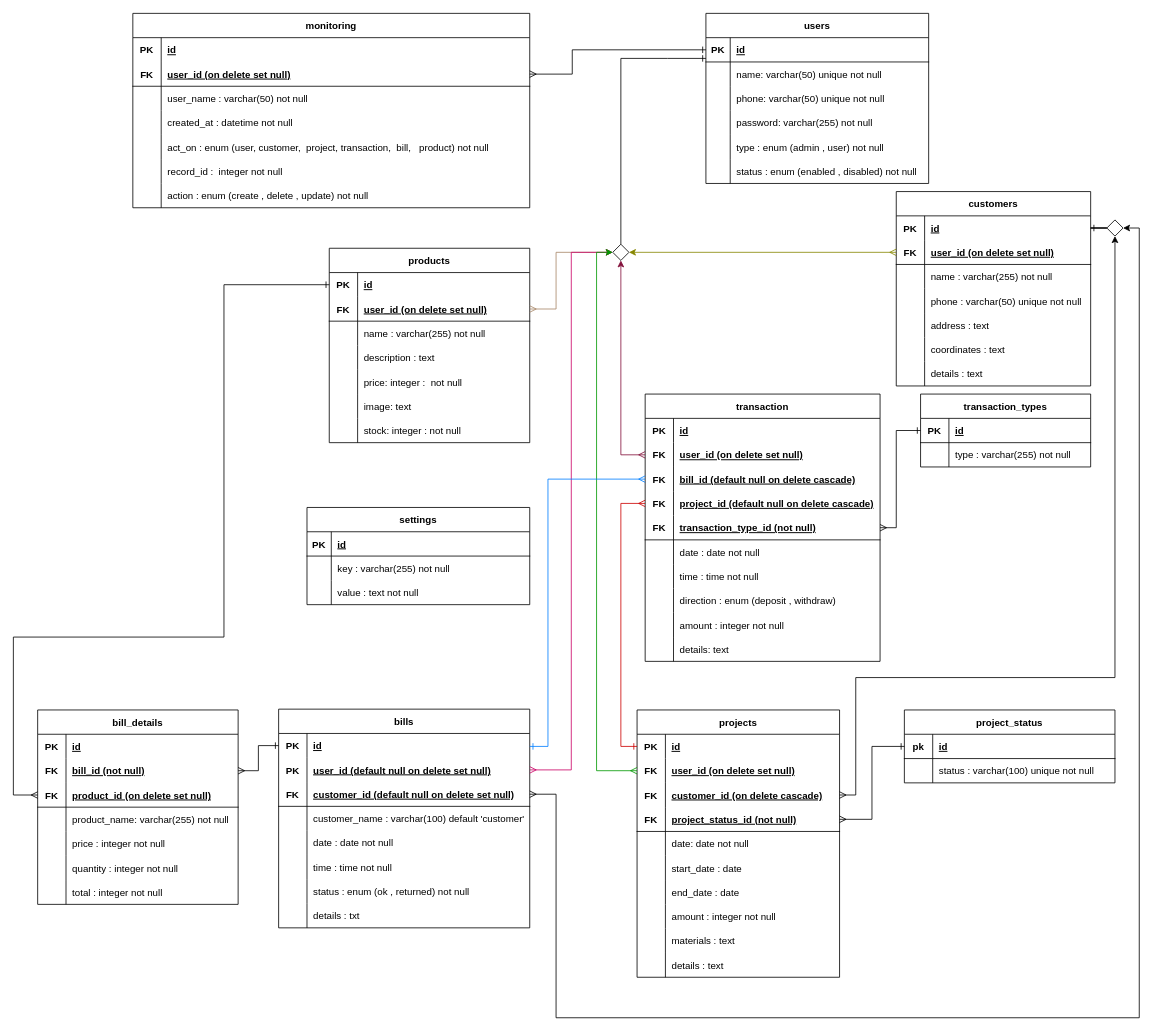
Above: page "Schema" (2 of 2) of Diagrams/drawio/ModernHouse.drawio in khaledfathi/ModernHouse (draw.io), before the change. Source tidied: cells renumbered, new cells numbered last; positions are measured from the earlier drawing's top-left corner, leaving out a move shared by most shapes. Both pictures are drawn from the tidied source at 81%, with x=0, y=0 at pixel (13, 13).
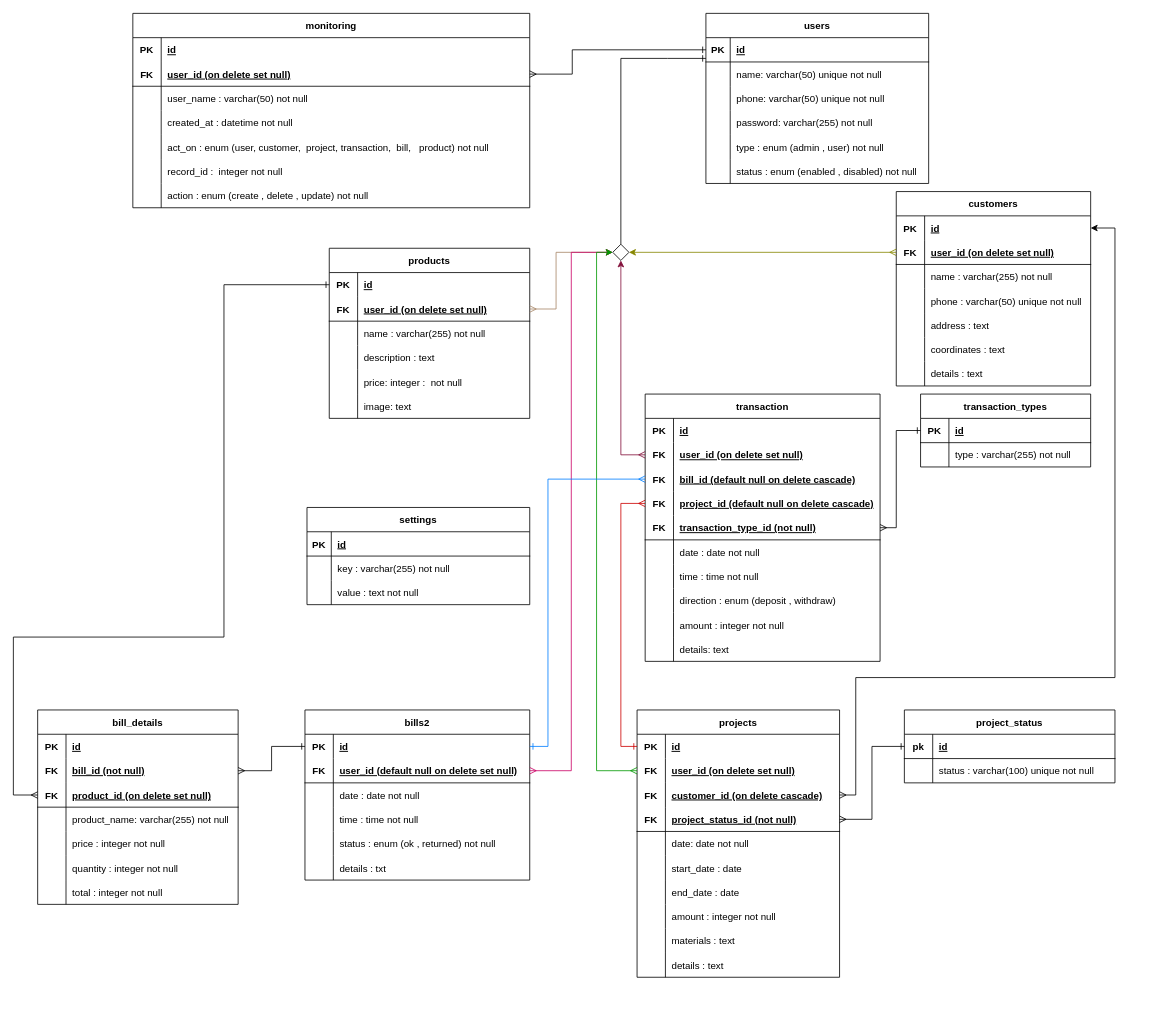
The same diagram, later.

The change refers to these unchanged cells:
```xml
<mxCell id="126" style="shape=tableRow;horizontal=0;startSize=0;swimlaneHead=0;swimlaneBody=0;fillColor=none;points=[[0,0.5],[1,0.5]];portConstraint=eastwest;top=0;left=0;right=0;bottom=0;" parent="119" vertex="1">
  <mxGeometry y="90" width="250" height="30" as="geometry" />
</mxCell>
<mxCell id="158" style="shape=tableRow;horizontal=0;startSize=0;swimlaneHead=0;swimlaneBody=0;fillColor=none;points=[[0,0.5],[1,0.5]];portConstraint=eastwest;top=0;left=0;right=0;bottom=0;" parent="157" vertex="1">
  <mxGeometry y="30" width="240" height="30" as="geometry" />
</mxCell>
<mxCell id="221" style="rhombus;whiteSpace=wrap;html=1;" parent="1" vertex="1">
  <mxGeometry x="740" y="285" width="20" height="20" as="geometry" />
</mxCell>
```

The edit, as a diff of the source:
```diff
@@
-    <mxCell id="40" value="bills" style="shape=table;startSize=30;childLayout=tableLayout;rowLines=0;fontStyle=1;align=center;" parent="1" vertex="1">
-      <mxGeometry x="327.5" y="859" width="310" height="270" as="geometry" />
+    <mxCell id="40" value="bills2" style="shape=table;startSize=30;childLayout=tableLayout;rowLines=0;fontStyle=1;align=center;" parent="1" vertex="1">
+      <mxGeometry x="360" y="860" width="277.5" height="210" as="geometry" />
     </mxCell>
     <mxCell id="41" style="shape=tableRow;horizontal=0;startSize=0;swimlaneHead=0;swimlaneBody=0;fillColor=none;points=[[0,0.5],[1,0.5]];portConstraint=eastwest;top=0;left=0;right=0;bottom=0;" parent="40" vertex="1">
-      <mxGeometry y="30" width="310" height="30" as="geometry" />
+      <mxGeometry y="30" width="277.5" height="30" as="geometry" />
     </mxCell>
@@
     <mxCell id="43" value="id" style="shape=partialRectangle;fillColor=none;top=0;left=0;bottom=0;right=0;align=left;spacingLeft=6;fontStyle=5;overflow=hidden;" parent="41" vertex="1">
-      <mxGeometry x="35" width="275" height="30" as="geometry" />
+      <mxGeometry x="35" width="242.5" height="30" as="geometry" />
     </mxCell>
-    <mxCell id="44" style="shape=tableRow;horizontal=0;startSize=0;swimlaneHead=0;swimlaneBody=0;fillColor=none;points=[[0,0.5],[1,0.5]];portConstraint=eastwest;top=0;left=0;right=0;bottom=0;" parent="40" vertex="1">
-      <mxGeometry y="60" width="310" height="30" as="geometry" />
-    </mxCell>
-    <mxCell id="45" value="PK" style="shape=partialRectangle;fillColor=none;top=0;left=0;bottom=0;right=0;fontStyle=1;overflow=hidden;" parent="44" vertex="1">
-      <mxGeometry width="35" height="30" as="geometry" />
-    </mxCell>
-    <mxCell id="46" value="user_id (default null on delete set null)" style="shape=partialRectangle;fillColor=none;top=0;left=0;bottom=0;right=0;align=left;spacingLeft=6;fontStyle=5;overflow=hidden;" parent="44" vertex="1">
-      <mxGeometry x="35" width="275" height="30" as="geometry" />
-    </mxCell>
     <mxCell id="47" style="shape=tableRow;horizontal=0;startSize=0;swimlaneHead=0;swimlaneBody=0;fillColor=none;points=[[0,0.5],[1,0.5]];portConstraint=eastwest;top=0;left=0;right=0;bottom=1;" parent="40" vertex="1">
-      <mxGeometry y="90" width="310" height="30" as="geometry" />
+      <mxGeometry y="60" width="277.5" height="30" as="geometry" />
     </mxCell>
@@
-    <mxCell id="49" value="customer_id (default null on delete set null)" style="shape=partialRectangle;fillColor=none;top=0;left=0;bottom=0;right=0;align=left;spacingLeft=6;fontStyle=5;overflow=hidden;" parent="47" vertex="1">
-      <mxGeometry x="35" width="275" height="30" as="geometry" />
+    <mxCell id="49" value="user_id (default null on delete set null)" style="shape=partialRectangle;fillColor=none;top=0;left=0;bottom=0;right=0;align=left;spacingLeft=6;fontStyle=5;overflow=hidden;" parent="47" vertex="1">
+      <mxGeometry x="35" width="242.5" height="30" as="geometry" />
     </mxCell>
     <mxCell id="50" style="shape=tableRow;horizontal=0;startSize=0;swimlaneHead=0;swimlaneBody=0;fillColor=none;top=0;left=0;right=0;bottom=0;" parent="40" vertex="1">
-      <mxGeometry y="120" width="310" height="30" as="geometry" />
+      <mxGeometry y="90" width="277.5" height="30" as="geometry" />
     </mxCell>
@@
-    <mxCell id="52" value="customer_name : varchar(100) default 'customer'" style="shape=partialRectangle;fillColor=none;top=0;left=0;bottom=0;right=0;align=left;spacingLeft=6;overflow=hidden;" parent="50" vertex="1">
-      <mxGeometry x="35" width="275" height="30" as="geometry" />
+    <mxCell id="52" value="date : date not null" style="shape=partialRectangle;fillColor=none;top=0;left=0;bottom=0;right=0;align=left;spacingLeft=6;overflow=hidden;" parent="50" vertex="1">
+      <mxGeometry x="35" width="242.5" height="30" as="geometry" />
     </mxCell>
-    <mxCell id="53" style="shape=tableRow;horizontal=0;startSize=0;swimlaneHead=0;swimlaneBody=0;fillColor=none;top=0;left=0;right=0;bottom=0;" parent="40" vertex="1">
-      <mxGeometry y="150" width="310" height="30" as="geometry" />
-    </mxCell>
-    <mxCell id="54" style="shape=partialRectangle;fillColor=none;top=0;left=0;bottom=0;right=0;overflow=hidden;" parent="53" vertex="1">
-      <mxGeometry width="35" height="30" as="geometry" />
-    </mxCell>
-    <mxCell id="55" value="date : date not null" style="shape=partialRectangle;fillColor=none;top=0;left=0;bottom=0;right=0;align=left;spacingLeft=6;overflow=hidden;" parent="53" vertex="1">
-      <mxGeometry x="35" width="275" height="30" as="geometry" />
-    </mxCell>
     <mxCell id="56" style="shape=tableRow;horizontal=0;startSize=0;swimlaneHead=0;swimlaneBody=0;fillColor=none;top=0;left=0;right=0;bottom=0;" parent="40" vertex="1">
-      <mxGeometry y="180" width="310" height="30" as="geometry" />
+      <mxGeometry y="120" width="277.5" height="30" as="geometry" />
     </mxCell>
@@
     <mxCell id="58" value="time : time not null" style="shape=partialRectangle;fillColor=none;top=0;left=0;bottom=0;right=0;align=left;spacingLeft=6;overflow=hidden;" parent="56" vertex="1">
-      <mxGeometry x="35" width="275" height="30" as="geometry" />
+      <mxGeometry x="35" width="242.5" height="30" as="geometry" />
     </mxCell>
     <mxCell id="59" style="shape=tableRow;horizontal=0;startSize=0;swimlaneHead=0;swimlaneBody=0;fillColor=none;top=0;left=0;right=0;bottom=0;" parent="40" vertex="1">
-      <mxGeometry y="210" width="310" height="30" as="geometry" />
+      <mxGeometry y="150" width="277.5" height="30" as="geometry" />
     </mxCell>
@@
     <mxCell id="61" value="status : enum (ok , returned) not null" style="shape=partialRectangle;fillColor=none;top=0;left=0;bottom=0;right=0;align=left;spacingLeft=6;overflow=hidden;" parent="59" vertex="1">
-      <mxGeometry x="35" width="275" height="30" as="geometry" />
+      <mxGeometry x="35" width="242.5" height="30" as="geometry" />
     </mxCell>
     <mxCell id="62" style="shape=tableRow;horizontal=0;startSize=0;swimlaneHead=0;swimlaneBody=0;fillColor=none;top=0;left=0;right=0;bottom=0;" parent="40" vertex="1">
-      <mxGeometry y="240" width="310" height="30" as="geometry" />
+      <mxGeometry y="180" width="277.5" height="30" as="geometry" />
     </mxCell>
@@
     <mxCell id="64" value="details : txt" style="shape=partialRectangle;fillColor=none;top=0;left=0;bottom=0;right=0;align=left;spacingLeft=6;overflow=hidden;" parent="62" vertex="1">
-      <mxGeometry x="35" width="275" height="30" as="geometry" />
+      <mxGeometry x="35" width="242.5" height="30" as="geometry" />
     </mxCell>
@@
     <mxCell id="97" value="products" style="shape=table;startSize=30;childLayout=tableLayout;rowLines=0;fontStyle=1;align=center;" parent="1" vertex="1">
-      <mxGeometry x="390" y="290" width="247.5" height="240" as="geometry" />
+      <mxGeometry x="390" y="290" width="247.5" height="210" as="geometry" />
     </mxCell>
@@
-    <mxCell id="116" style="shape=tableRow;horizontal=0;startSize=0;swimlaneHead=0;swimlaneBody=0;fillColor=none;top=0;left=0;right=0;bottom=0;" parent="97" vertex="1">
-      <mxGeometry y="210" width="247.5" height="30" as="geometry" />
-    </mxCell>
-    <mxCell id="117" style="shape=partialRectangle;fillColor=none;top=0;left=0;bottom=0;right=0;overflow=hidden;" parent="116" vertex="1">
-      <mxGeometry width="35" height="30" as="geometry" />
-    </mxCell>
-    <mxCell id="118" value="stock: integer : not null" style="shape=partialRectangle;fillColor=none;top=0;left=0;bottom=0;right=0;align=left;spacingLeft=6;overflow=hidden;" parent="116" vertex="1">
-      <mxGeometry x="35" width="212.5" height="30" as="geometry" />
-    </mxCell>
@@
-    <mxCell id="225" style="edgeStyle=orthogonalEdgeStyle;rounded=0;jettySize=auto;html=1;startArrow=ERmany;startFill=0;endArrow=classic;endFill=1;entryX=0;entryY=0.5;entryDx=0;entryDy=0;strokeColor=#CC0066;" parent="1" edge="1" source="44" target="221">
+    <mxCell id="225" style="edgeStyle=orthogonalEdgeStyle;rounded=0;jettySize=auto;html=1;startArrow=ERmany;startFill=0;endArrow=classic;endFill=1;entryX=0;entryY=0.5;entryDx=0;entryDy=0;exitX=1;exitY=0.5;exitDx=0;exitDy=0;strokeColor=#CC0066;" parent="1" edge="1" source="47" target="221">
       <mxGeometry relative="1" as="geometry" />
     </mxCell>
@@
-    <mxCell id="233" style="edgeStyle=orthogonalEdgeStyle;rounded=0;jettySize=auto;html=1;strokeColor=#000000;startArrow=ERmany;startFill=0;endArrow=classic;endFill=1;entryX=0.5;entryY=1;entryDx=0;entryDy=0;" parent="1" edge="1" source="126" target="236">
+    <mxCell id="233" style="edgeStyle=orthogonalEdgeStyle;rounded=0;jettySize=auto;html=1;strokeColor=#000000;startArrow=ERmany;startFill=0;endArrow=classic;endFill=1;entryX=1;entryY=0.5;entryDx=0;entryDy=0;" parent="1" edge="1" source="126" target="158">
       <mxGeometry relative="1" as="geometry">
         <Array as="points">
           <mxPoint x="1040" y="965" />
           <mxPoint x="1040" y="820" />
           <mxPoint x="1360" y="820" />
+          <mxPoint x="1360" y="265" />
         </Array>
       </mxGeometry>
     </mxCell>
@@
-    <mxCell id="235" style="edgeStyle=orthogonalEdgeStyle;rounded=0;jettySize=auto;html=1;entryX=1;entryY=0.5;entryDx=0;entryDy=0;startArrow=none;startFill=0;endArrow=ERone;endFill=0;" parent="1" edge="1" source="236" target="158">
-      <mxGeometry relative="1" as="geometry" />
-    </mxCell>
-    <mxCell id="236" style="rhombus;whiteSpace=wrap;html=1;" parent="1" vertex="1">
-      <mxGeometry x="1350" y="255" width="20" height="20" as="geometry" />
-    </mxCell>
-    <mxCell id="237" style="edgeStyle=orthogonalEdgeStyle;rounded=0;jettySize=auto;html=1;entryX=1;entryY=0.5;entryDx=0;entryDy=0;endArrow=classic;endFill=1;exitX=1;exitY=0.5;exitDx=0;exitDy=0;startArrow=ERmany;startFill=0;" parent="1" edge="1" source="47" target="236">
-      <mxGeometry relative="1" as="geometry">
-        <Array as="points">
-          <mxPoint x="670" y="1240" />
-          <mxPoint x="1390" y="1240" />
-          <mxPoint x="1390" y="265" />
-        </Array>
-      </mxGeometry>
-    </mxCell>
```
